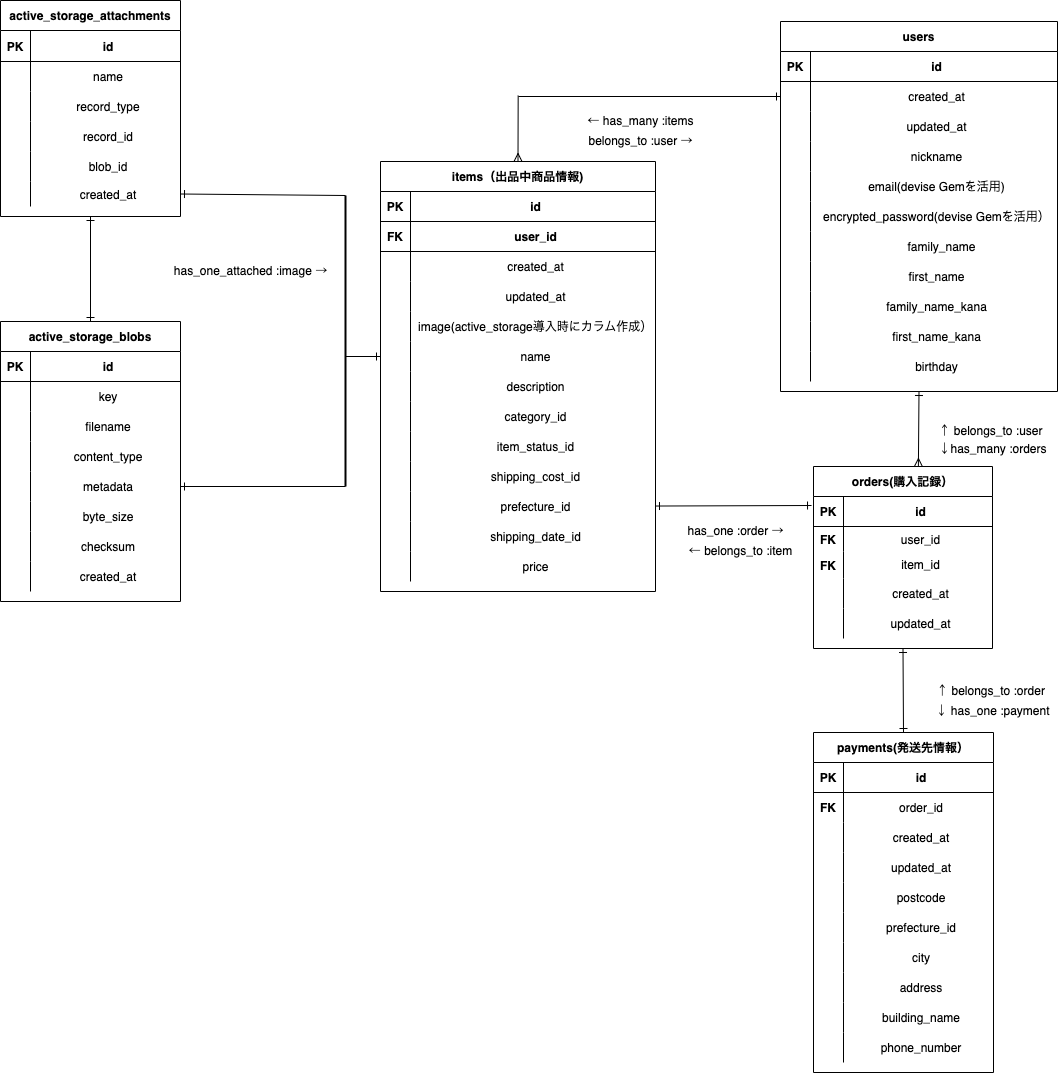
The draw.io diagram test.png in kenji198834/furima-38773, before a commit. Source tidied: cells renumbered, new cells last; positions are measured from the earlier drawing's top-left corner, leaving out a move shared by most shapes.
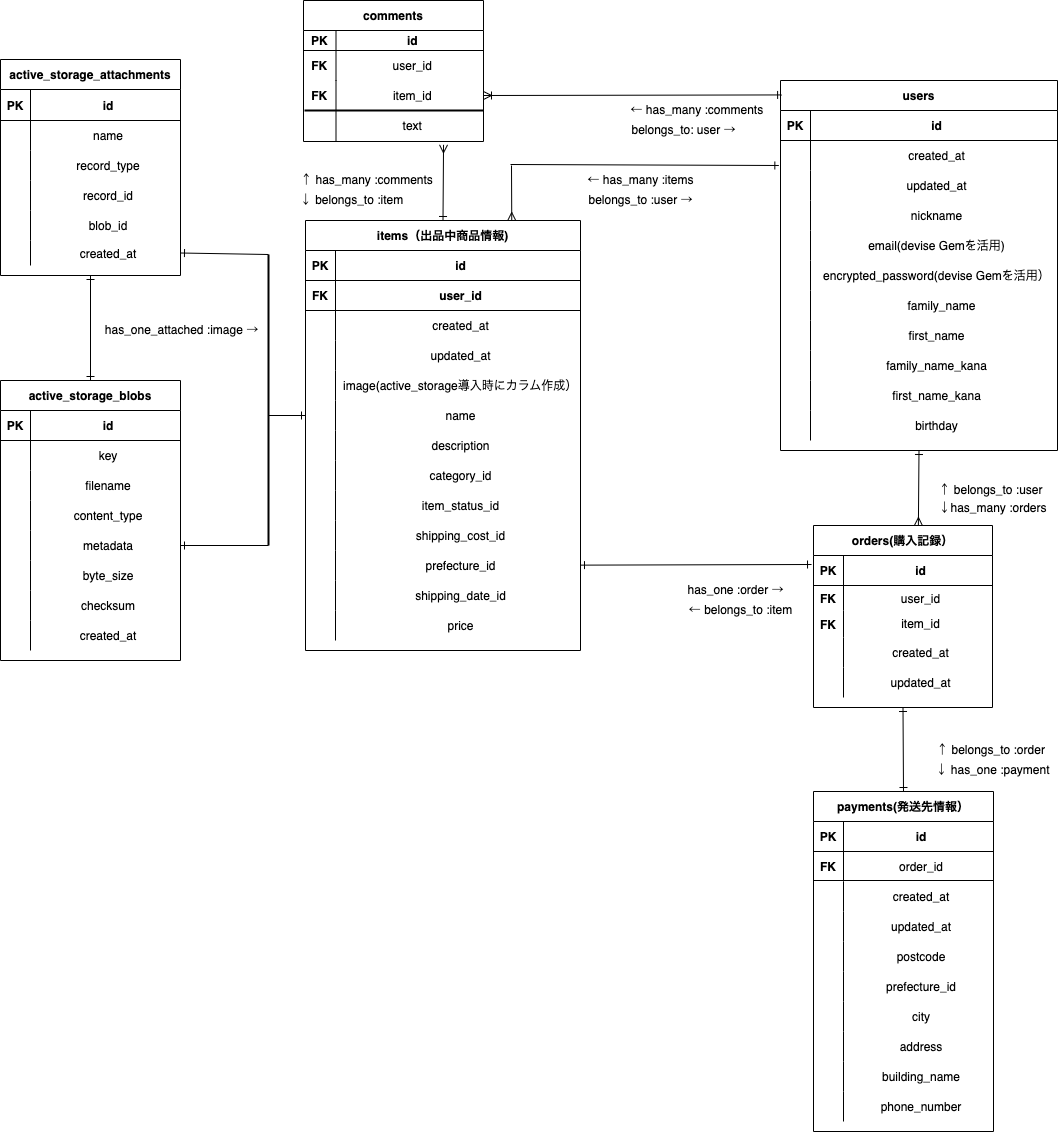
After the change.

Change to the diagram source:
```diff
@@ -137,13 +137,16 @@
     <mxCell id="46" value="created_at" style="shape=partialRectangle;fillColor=none;top=0;left=0;bottom=0;right=0;align=center;spacingLeft=6;overflow=hidden;glass=0;fontFamily=Helvetica;fontSize=12;fontColor=default;strokeColor=default;strokeWidth=1;" parent="44" vertex="1">
       <mxGeometry x="30" width="150" height="30" as="geometry" />
     </mxCell>
-    <mxCell id="47" style="edgeStyle=none;html=1;exitX=0.5;exitY=0;exitDx=0;exitDy=0;fontFamily=Helvetica;fontSize=12;fontColor=default;startArrow=ERmany;startFill=0;endArrow=none;endFill=0;strokeColor=default;" parent="1" edge="1" source="48">
-      <mxGeometry relative="1" as="geometry">
-        <mxPoint x="517.7" y="95" as="targetPoint" />
-      </mxGeometry>
-    </mxCell>
+    <mxCell id="188" style="edgeStyle=none;html=1;exitX=0.75;exitY=0;exitDx=0;exitDy=0;fontFamily=Helvetica;fontSize=12;fontColor=default;startArrow=ERmany;startFill=0;endArrow=none;endFill=0;strokeColor=default;" parent="1" edge="1" source="48">
+      <mxGeometry relative="1" as="geometry">
+        <mxPoint x="511" y="106" as="targetPoint" />
+      </mxGeometry>
+    </mxCell>
+    <mxCell id="189" style="edgeStyle=none;html=1;exitX=0.5;exitY=0;exitDx=0;exitDy=0;entryX=0.778;entryY=1.144;entryDx=0;entryDy=0;entryPerimeter=0;fontFamily=Helvetica;fontSize=12;fontColor=default;startArrow=ERone;startFill=0;endArrow=ERmany;endFill=0;strokeColor=default;" parent="1" edge="1" source="48" target="200">
+      <mxGeometry relative="1" as="geometry" />
+    </mxCell>
     <mxCell id="48" value="items（出品中商品情報)" style="shape=table;startSize=30;rowLines=0;fontStyle=1;align=center;glass=0;fontFamily=Helvetica;fontSize=12;fontColor=default;strokeColor=default;strokeWidth=1;fillColor=none;gradientColor=none;" parent="1" vertex="1">
-      <mxGeometry x="380" y="161" width="275" height="430" as="geometry" />
+      <mxGeometry x="305" y="161" width="275" height="430" as="geometry" />
     </mxCell>
     <mxCell id="49" style="shape=partialRectangle;fillColor=none;top=0;left=0;bottom=1;right=0;glass=0;fontFamily=Helvetica;fontSize=12;fontColor=default;strokeColor=default;strokeWidth=1;" parent="48" vertex="1">
       <mxGeometry y="30" width="275" height="30" as="geometry" />
@@ -523,9 +526,9 @@
     <mxCell id="172" style="edgeStyle=none;html=1;fontFamily=Helvetica;fontSize=12;fontColor=default;startArrow=ERone;startFill=0;endArrow=ERone;endFill=0;strokeColor=default;entryX=-0.011;entryY=0.3;entryDx=0;entryDy=0;entryPerimeter=0;" parent="1" edge="1" source="79" target="126">
       <mxGeometry relative="1" as="geometry" />
     </mxCell>
-    <mxCell id="173" style="edgeStyle=none;html=1;exitX=0;exitY=0.5;exitDx=0;exitDy=0;fontFamily=Helvetica;fontSize=12;fontColor=default;startArrow=ERone;startFill=0;endArrow=none;endFill=0;strokeColor=default;" parent="1" edge="1" source="94">
+    <mxCell id="173" style="edgeStyle=none;html=1;exitX=-0.006;exitY=0.833;exitDx=0;exitDy=0;fontFamily=Helvetica;fontSize=12;fontColor=default;startArrow=ERone;startFill=0;endArrow=none;endFill=0;strokeColor=default;exitPerimeter=0;entryX=1;entryY=0.5;entryDx=0;entryDy=0;entryPerimeter=0;" parent="1" edge="1" source="94">
       <mxGeometry relative="1" as="geometry">
-        <mxPoint x="518" y="96" as="targetPoint" />
+        <mxPoint x="510" y="105" as="targetPoint" />
       </mxGeometry>
     </mxCell>
     <mxCell id="174" value="↑ belongs_to :user" style="text;html=1;align=center;verticalAlign=middle;strokeColor=none;fillColor=none;fontSize=12;fontFamily=Helvetica;fontColor=default;" parent="1" vertex="1">
@@ -553,10 +556,10 @@
       <mxGeometry x="580" y="131" width="120" height="20" as="geometry" />
     </mxCell>
     <mxCell id="182" value="has_one_attached :image →" style="text;html=1;align=center;verticalAlign=middle;strokeColor=none;fillColor=none;fontSize=12;fontFamily=Helvetica;fontColor=default;" parent="1" vertex="1">
-      <mxGeometry x="165" y="261" width="170" height="20" as="geometry" />
+      <mxGeometry x="96" y="261" width="170" height="20" as="geometry" />
     </mxCell>
     <mxCell id="183" style="line;strokeWidth=2;direction=south;html=1;glass=0;fontFamily=Helvetica;fontSize=12;fontColor=default;fillColor=none;gradientColor=none;" parent="1" vertex="1">
-      <mxGeometry x="340" y="195" width="10" height="291" as="geometry" />
+      <mxGeometry x="263" y="195" width="10" height="291" as="geometry" />
     </mxCell>
     <mxCell id="184" style="edgeStyle=none;html=1;exitX=1;exitY=0.5;exitDx=0;exitDy=0;fontFamily=Helvetica;fontSize=12;fontColor=default;startArrow=ERone;startFill=0;endArrow=none;endFill=0;strokeColor=none;" parent="1" edge="1" source="13" target="183">
       <mxGeometry relative="1" as="geometry" />
@@ -567,10 +570,77 @@
     <mxCell id="186" style="edgeStyle=none;html=1;exitX=1;exitY=0.5;exitDx=0;exitDy=0;entryX=1;entryY=0.5;entryDx=0;entryDy=0;entryPerimeter=0;fontFamily=Helvetica;fontSize=12;fontColor=default;startArrow=ERone;startFill=0;endArrow=none;endFill=0;strokeColor=default;" parent="1" edge="1" source="35" target="183">
       <mxGeometry relative="1" as="geometry" />
     </mxCell>
-    <mxCell id="187" style="edgeStyle=none;html=1;exitX=0;exitY=0.5;exitDx=0;exitDy=0;fontFamily=Helvetica;fontSize=12;fontColor=default;startArrow=ERone;startFill=0;endArrow=none;endFill=0;strokeColor=default;" parent="1" edge="1" source="64">
+    <mxCell id="187" style="edgeStyle=none;html=1;fontFamily=Helvetica;fontSize=12;fontColor=default;startArrow=none;startFill=0;endArrow=ERone;endFill=0;strokeColor=default;" parent="1" edge="1">
       <mxGeometry relative="1" as="geometry">
-        <mxPoint x="345" y="356" as="targetPoint" />
+        <mxPoint x="268" y="356" as="sourcePoint" />
+        <mxPoint x="305" y="356" as="targetPoint" />
       </mxGeometry>
     </mxCell>
+    <mxCell id="190" value="comments" style="shape=table;startSize=30;rowLines=0;fontStyle=1;align=center;glass=0;fontFamily=Helvetica;fontSize=12;fontColor=default;strokeColor=default;strokeWidth=1;fillColor=none;gradientColor=none;" parent="1" vertex="1">
+      <mxGeometry x="303" y="-59" width="180" height="141" as="geometry" />
+    </mxCell>
+    <mxCell id="191" style="shape=partialRectangle;fillColor=none;top=0;left=0;bottom=1;right=0;glass=0;fontFamily=Helvetica;fontSize=12;fontColor=default;strokeColor=default;strokeWidth=1;" parent="190" vertex="1">
+      <mxGeometry y="30" width="180" height="20" as="geometry" />
+    </mxCell>
+    <mxCell id="192" value="PK" style="shape=partialRectangle;fillColor=none;top=0;left=0;bottom=0;right=0;fontStyle=1;overflow=hidden;glass=0;fontFamily=Helvetica;fontSize=12;fontColor=default;strokeColor=default;strokeWidth=1;" parent="191" vertex="1">
+      <mxGeometry width="32.5" height="20" as="geometry" />
+    </mxCell>
+    <mxCell id="193" value="id" style="shape=partialRectangle;fillColor=none;top=0;left=0;bottom=0;right=0;align=center;spacingLeft=6;fontStyle=1;overflow=hidden;glass=0;fontFamily=Helvetica;fontSize=12;fontColor=default;strokeColor=default;strokeWidth=1;" parent="191" vertex="1">
+      <mxGeometry x="32.5" width="147.5" height="20" as="geometry" />
+    </mxCell>
+    <mxCell id="194" style="shape=partialRectangle;fillColor=none;top=0;left=0;bottom=0;right=0;glass=0;fontFamily=Helvetica;fontSize=12;fontColor=default;strokeColor=default;strokeWidth=1;" parent="190" vertex="1">
+      <mxGeometry y="50" width="180" height="30" as="geometry" />
+    </mxCell>
+    <mxCell id="195" value="FK" style="shape=partialRectangle;fillColor=none;top=0;left=0;bottom=0;right=0;overflow=hidden;glass=0;fontFamily=Helvetica;fontSize=12;fontColor=default;strokeColor=default;strokeWidth=1;fontStyle=1;" parent="194" vertex="1">
+      <mxGeometry width="32.5" height="30" as="geometry" />
+    </mxCell>
+    <mxCell id="196" value="user_id" style="shape=partialRectangle;fillColor=none;top=0;left=0;bottom=0;right=0;align=center;spacingLeft=6;overflow=hidden;glass=0;fontFamily=Helvetica;fontSize=12;fontColor=default;strokeColor=default;strokeWidth=1;" parent="194" vertex="1">
+      <mxGeometry x="32.5" width="147.5" height="30" as="geometry" />
+    </mxCell>
+    <mxCell id="197" style="shape=partialRectangle;fillColor=none;top=0;left=0;bottom=0;right=0;points=[[0,0.5],[1,0.5]];portConstraint=eastwest;glass=0;fontFamily=Helvetica;fontSize=12;fontColor=default;strokeColor=default;strokeWidth=1;" parent="190" vertex="1">
+      <mxGeometry y="80" width="180" height="30" as="geometry" />
+    </mxCell>
+    <mxCell id="198" value="FK" style="shape=partialRectangle;fillColor=none;top=0;left=0;bottom=0;right=0;overflow=hidden;glass=0;fontFamily=Helvetica;fontSize=12;fontColor=default;strokeColor=default;strokeWidth=1;fontStyle=1;" parent="197" vertex="1">
+      <mxGeometry width="32.5" height="30" as="geometry" />
+    </mxCell>
+    <mxCell id="199" value="item_id" style="shape=partialRectangle;fillColor=none;top=0;left=0;bottom=0;right=0;align=center;spacingLeft=6;overflow=hidden;glass=0;fontFamily=Helvetica;fontSize=12;fontColor=default;strokeColor=default;strokeWidth=1;" parent="197" vertex="1">
+      <mxGeometry x="32.5" width="147.5" height="30" as="geometry" />
+    </mxCell>
+    <mxCell id="200" style="shape=partialRectangle;fillColor=none;top=0;left=0;bottom=0;right=0;points=[[0,0.5],[1,0.5]];portConstraint=eastwest;glass=0;fontFamily=Helvetica;fontSize=12;fontColor=default;strokeColor=default;strokeWidth=1;" parent="190" vertex="1">
+      <mxGeometry y="110" width="180" height="30" as="geometry" />
+    </mxCell>
+    <mxCell id="201" style="shape=partialRectangle;fillColor=none;top=0;left=0;bottom=0;right=0;overflow=hidden;glass=0;fontFamily=Helvetica;fontSize=12;fontColor=default;strokeColor=default;strokeWidth=1;" parent="200" vertex="1">
+      <mxGeometry width="32.5" height="30" as="geometry" />
+    </mxCell>
+    <mxCell id="202" value="text" style="shape=partialRectangle;fillColor=none;top=0;left=0;bottom=0;right=0;align=center;spacingLeft=6;overflow=hidden;glass=0;fontFamily=Helvetica;fontSize=12;fontColor=default;strokeColor=default;strokeWidth=1;" parent="200" vertex="1">
+      <mxGeometry x="32.5" width="147.5" height="30" as="geometry" />
+    </mxCell>
+    <mxCell id="203" style="edgeStyle=none;html=1;exitX=1;exitY=0.5;exitDx=0;exitDy=0;entryX=0.004;entryY=0.039;entryDx=0;entryDy=0;entryPerimeter=0;fontFamily=Helvetica;fontSize=12;fontColor=default;startArrow=ERoneToMany;startFill=0;endArrow=ERone;endFill=0;strokeColor=default;" parent="1" edge="1" source="197" target="90">
+      <mxGeometry relative="1" as="geometry" />
+    </mxCell>
+    <mxCell id="204" value="← has_many :comments&amp;nbsp;" style="text;html=1;align=center;verticalAlign=middle;strokeColor=none;fillColor=none;fontSize=12;fontFamily=Helvetica;fontColor=default;" parent="1" vertex="1">
+      <mxGeometry x="623" y="41" width="150" height="20" as="geometry" />
+    </mxCell>
+    <mxCell id="205" value="belongs_to: user →" style="text;html=1;align=center;verticalAlign=middle;strokeColor=none;fillColor=none;fontSize=12;fontFamily=Helvetica;fontColor=default;" parent="1" vertex="1">
+      <mxGeometry x="623" y="61" width="120" height="20" as="geometry" />
+    </mxCell>
+    <mxCell id="206" value="↑ has_many :comments" style="text;html=1;align=center;verticalAlign=middle;points=[];strokeColor=none;fillColor=none;fontSize=12;fontFamily=Helvetica;fontColor=default;" parent="1" vertex="1">
+      <mxGeometry x="291" y="111" width="150" height="20" as="geometry" />
+    </mxCell>
+    <mxCell id="207" style="edgeStyle=none;html=1;fontFamily=Helvetica;fontSize=12;fontColor=default;startArrow=ERoneToMany;startFill=0;endArrow=ERone;endFill=0;strokeColor=default;" parent="1" edge="1" source="208" target="206">
+      <mxGeometry relative="1" as="geometry" />
+    </mxCell>
+    <mxCell id="208" value="↓ belongs_to :item" style="text;html=1;align=center;verticalAlign=middle;points=[];strokeColor=none;fillColor=none;fontSize=12;fontFamily=Helvetica;fontColor=default;" parent="1" vertex="1">
+      <mxGeometry x="291" y="131" width="120" height="20" as="geometry" />
+    </mxCell>
+    <mxCell id="209" style="line;strokeWidth=2;html=1;glass=0;fontFamily=Helvetica;fontSize=12;fontColor=default;fillColor=none;gradientColor=none;" parent="1" vertex="1">
+      <mxGeometry x="304" y="46" width="179" height="10" as="geometry" />
+    </mxCell>
+    <mxCell id="210" style="endArrow=none;html=1;rounded=0;fontFamily=Helvetica;fontSize=12;fontColor=default;strokeColor=default;" parent="1" edge="1">
+      <mxGeometry relative="1" as="geometry">
+        <mxPoint x="813" y="821" as="sourcePoint" />
+        <mxPoint x="993" y="821" as="targetPoint" />
+      </mxGeometry>
+    </mxCell>
   </root>
 </mxGraphModel>
```
